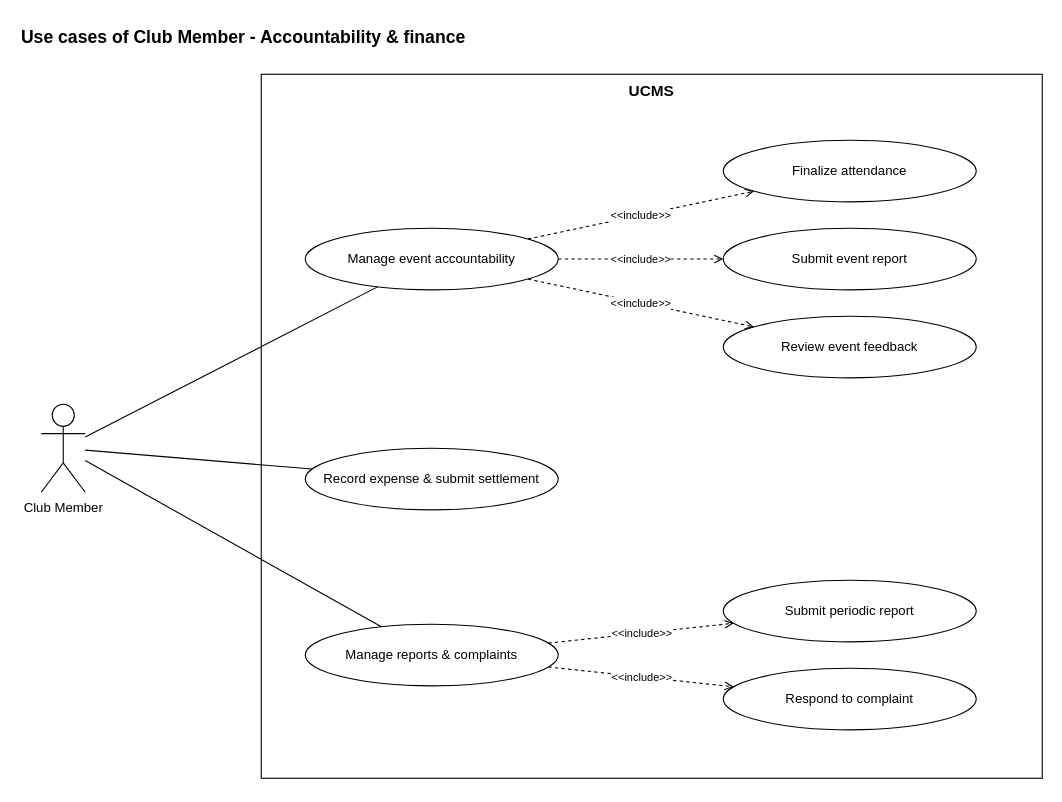
Before: page "Club Member 3 - Accountability & finance" (6 of 9) of docs/03-diagrams/UCMS_UseCase_ByActor.drawio in nvdekay/ClubManagementSystem, a draw.io diagram. Source tidied: cells renumbered, new cells numbered last; positions are measured from the earlier drawing's top-left corner, leaving out a move shared by most shapes. Both pictures are drawn from the tidied source at 110%, with x=0, y=0 at pixel (19, 19).
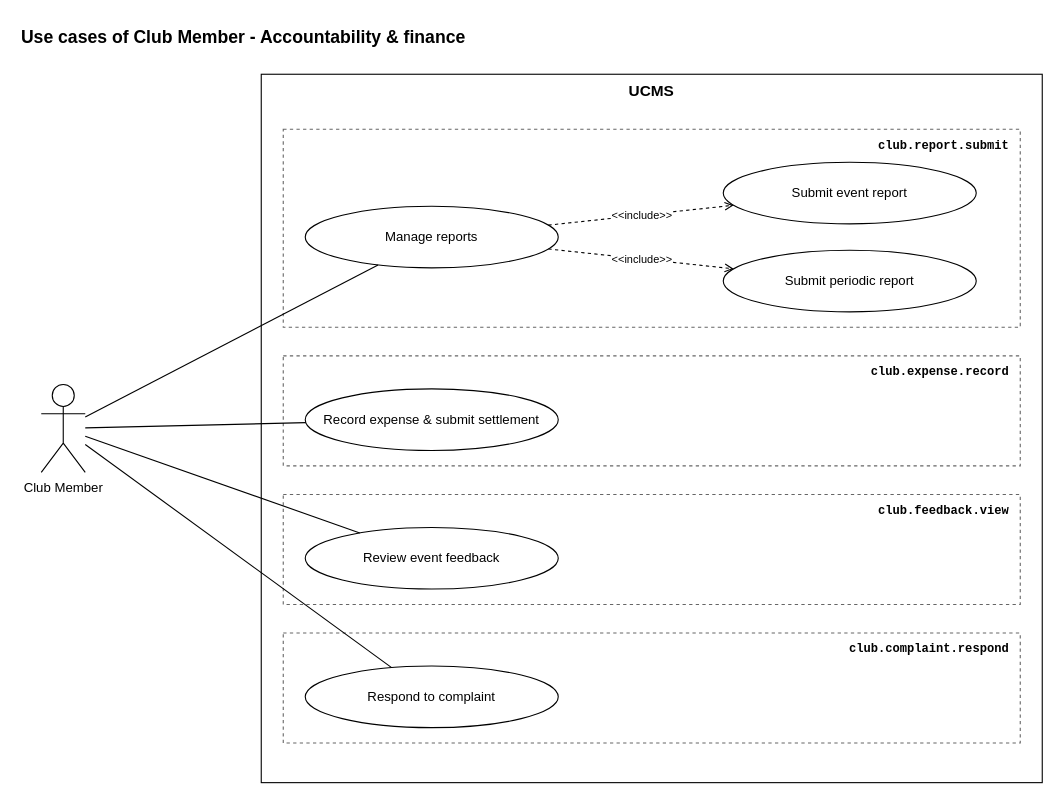
The same diagram, later.

The edit, as a diff of the source:
```diff
@@
     <mxCell id="3" value="UCMS" style="rounded=0;whiteSpace=wrap;html=1;fillColor=none;strokeColor=#000000;verticalAlign=top;fontStyle=1;fontSize=14;" parent="1" vertex="1">
-      <mxGeometry x="220" y="50" width="710" height="640" as="geometry" />
+      <mxGeometry x="220" y="50" width="710" height="644" as="geometry" />
     </mxCell>
     <mxCell id="4" value="Club Member" style="shape=umlActor;verticalLabelPosition=bottom;verticalAlign=top;html=1;outlineConnect=0;fillColor=#ffffff;strokeColor=#000000;" parent="1" vertex="1">
-      <mxGeometry x="20" y="350" width="40" height="80" as="geometry" />
+      <mxGeometry x="20" y="332" width="40" height="80" as="geometry" />
     </mxCell>
+    <mxCell id="21" value="club.report.submit" style="rounded=0;whiteSpace=wrap;html=1;fillColor=none;strokeColor=#666666;dashed=1;verticalAlign=top;align=right;spacingRight=8;spacingTop=2;fontSize=11;fontFamily=Courier New;fontStyle=1;" parent="1" vertex="1">
+      <mxGeometry x="240" y="100" width="670" height="180" as="geometry" />
+    </mxCell>
+    <mxCell id="22" value="club.expense.record" style="rounded=0;whiteSpace=wrap;html=1;fillColor=none;strokeColor=#666666;dashed=1;verticalAlign=top;align=right;spacingRight=8;spacingTop=2;fontSize=11;fontFamily=Courier New;fontStyle=1;" parent="1" vertex="1">
+      <mxGeometry x="240" y="306" width="670" height="100" as="geometry" />
+    </mxCell>
+    <mxCell id="23" value="club.feedback.view" style="rounded=0;whiteSpace=wrap;html=1;fillColor=none;strokeColor=#666666;dashed=1;verticalAlign=top;align=right;spacingRight=8;spacingTop=2;fontSize=11;fontFamily=Courier New;fontStyle=1;" parent="1" vertex="1">
+      <mxGeometry x="240" y="432" width="670" height="100" as="geometry" />
+    </mxCell>
+    <mxCell id="24" value="club.complaint.respond" style="rounded=0;whiteSpace=wrap;html=1;fillColor=none;strokeColor=#666666;dashed=1;verticalAlign=top;align=right;spacingRight=8;spacingTop=2;fontSize=11;fontFamily=Courier New;fontStyle=1;" parent="1" vertex="1">
+      <mxGeometry x="240" y="558" width="670" height="100" as="geometry" />
+    </mxCell>
-    <mxCell id="5" value="Manage event accountability" style="ellipse;whiteSpace=wrap;html=1;fillColor=#ffffff;strokeColor=#000000;fontSize=12;" parent="1" vertex="1">
-      <mxGeometry x="260" y="190" width="230" height="56" as="geometry" />
+    <mxCell id="5" value="Manage reports" style="ellipse;whiteSpace=wrap;html=1;fillColor=#ffffff;strokeColor=#000000;fontSize=12;" parent="1" vertex="1">
+      <mxGeometry x="260" y="170" width="230" height="56" as="geometry" />
     </mxCell>
@@
-    <mxCell id="7" value="Finalize attendance" style="ellipse;whiteSpace=wrap;html=1;fillColor=#ffffff;strokeColor=#000000;fontSize=12;" parent="1" vertex="1">
-      <mxGeometry x="640" y="110" width="230" height="56" as="geometry" />
+    <mxCell id="7" value="Submit event report" style="ellipse;whiteSpace=wrap;html=1;fillColor=#ffffff;strokeColor=#000000;fontSize=12;" parent="1" vertex="1">
+      <mxGeometry x="640" y="130" width="230" height="56" as="geometry" />
     </mxCell>
@@
-    <mxCell id="9" value="Submit event report" style="ellipse;whiteSpace=wrap;html=1;fillColor=#ffffff;strokeColor=#000000;fontSize=12;" parent="1" vertex="1">
-      <mxGeometry x="640" y="190" width="230" height="56" as="geometry" />
+    <mxCell id="9" value="Submit periodic report" style="ellipse;whiteSpace=wrap;html=1;fillColor=#ffffff;strokeColor=#000000;fontSize=12;" parent="1" vertex="1">
+      <mxGeometry x="640" y="210" width="230" height="56" as="geometry" />
     </mxCell>
@@
-    <mxCell id="11" value="Review event feedback" style="ellipse;whiteSpace=wrap;html=1;fillColor=#ffffff;strokeColor=#000000;fontSize=12;" parent="1" vertex="1">
-      <mxGeometry x="640" y="270" width="230" height="56" as="geometry" />
-    </mxCell>
-    <mxCell id="12" value="&amp;lt;&amp;lt;include&amp;gt;&amp;gt;" style="endArrow=open;dashed=1;html=1;strokeColor=#000000;fontSize=10;labelBackgroundColor=#ffffff;" parent="1" edge="1" source="5" target="11">
-      <mxGeometry relative="1" as="geometry" />
-    </mxCell>
-    <mxCell id="13" value="Record expense &amp;amp; submit settlement" style="ellipse;whiteSpace=wrap;html=1;fillColor=#ffffff;strokeColor=#000000;fontSize=12;" parent="1" vertex="1">
-      <mxGeometry x="260" y="390" width="230" height="56" as="geometry" />
+    <mxCell id="13" value="Record expense &amp; submit settlement" style="ellipse;whiteSpace=wrap;html=1;fillColor=#ffffff;strokeColor=#000000;fontSize=12;" parent="1" vertex="1">
+      <mxGeometry x="260" y="336" width="230" height="56" as="geometry" />
     </mxCell>
@@
-    <mxCell id="15" value="Manage reports &amp; complaints" style="ellipse;whiteSpace=wrap;html=1;fillColor=#ffffff;strokeColor=#000000;fontSize=12;" parent="1" vertex="1">
-      <mxGeometry x="260" y="550" width="230" height="56" as="geometry" />
+    <mxCell id="15" value="Review event feedback" style="ellipse;whiteSpace=wrap;html=1;fillColor=#ffffff;strokeColor=#000000;fontSize=12;" parent="1" vertex="1">
+      <mxGeometry x="260" y="462" width="230" height="56" as="geometry" />
     </mxCell>
@@
-    <mxCell id="17" value="Submit periodic report" style="ellipse;whiteSpace=wrap;html=1;fillColor=#ffffff;strokeColor=#000000;fontSize=12;" parent="1" vertex="1">
-      <mxGeometry x="640" y="510" width="230" height="56" as="geometry" />
-    </mxCell>
-    <mxCell id="18" value="&amp;lt;&amp;lt;include&amp;gt;&amp;gt;" style="endArrow=open;dashed=1;html=1;strokeColor=#000000;fontSize=10;labelBackgroundColor=#ffffff;" parent="1" edge="1" source="15" target="17">
-      <mxGeometry relative="1" as="geometry" />
-    </mxCell>
     <mxCell id="19" value="Respond to complaint" style="ellipse;whiteSpace=wrap;html=1;fillColor=#ffffff;strokeColor=#000000;fontSize=12;" parent="1" vertex="1">
-      <mxGeometry x="640" y="590" width="230" height="56" as="geometry" />
+      <mxGeometry x="260" y="588" width="230" height="56" as="geometry" />
     </mxCell>
-    <mxCell id="20" value="&amp;lt;&amp;lt;include&amp;gt;&amp;gt;" style="endArrow=open;dashed=1;html=1;strokeColor=#000000;fontSize=10;labelBackgroundColor=#ffffff;" parent="1" edge="1" source="15" target="19">
-      <mxGeometry relative="1" as="geometry" />
-    </mxCell>
+    <mxCell id="25" style="endArrow=none;html=1;strokeColor=#000000;" parent="1" edge="1" source="4" target="19">
+      <mxGeometry relative="1" as="geometry" />
+    </mxCell>
```
